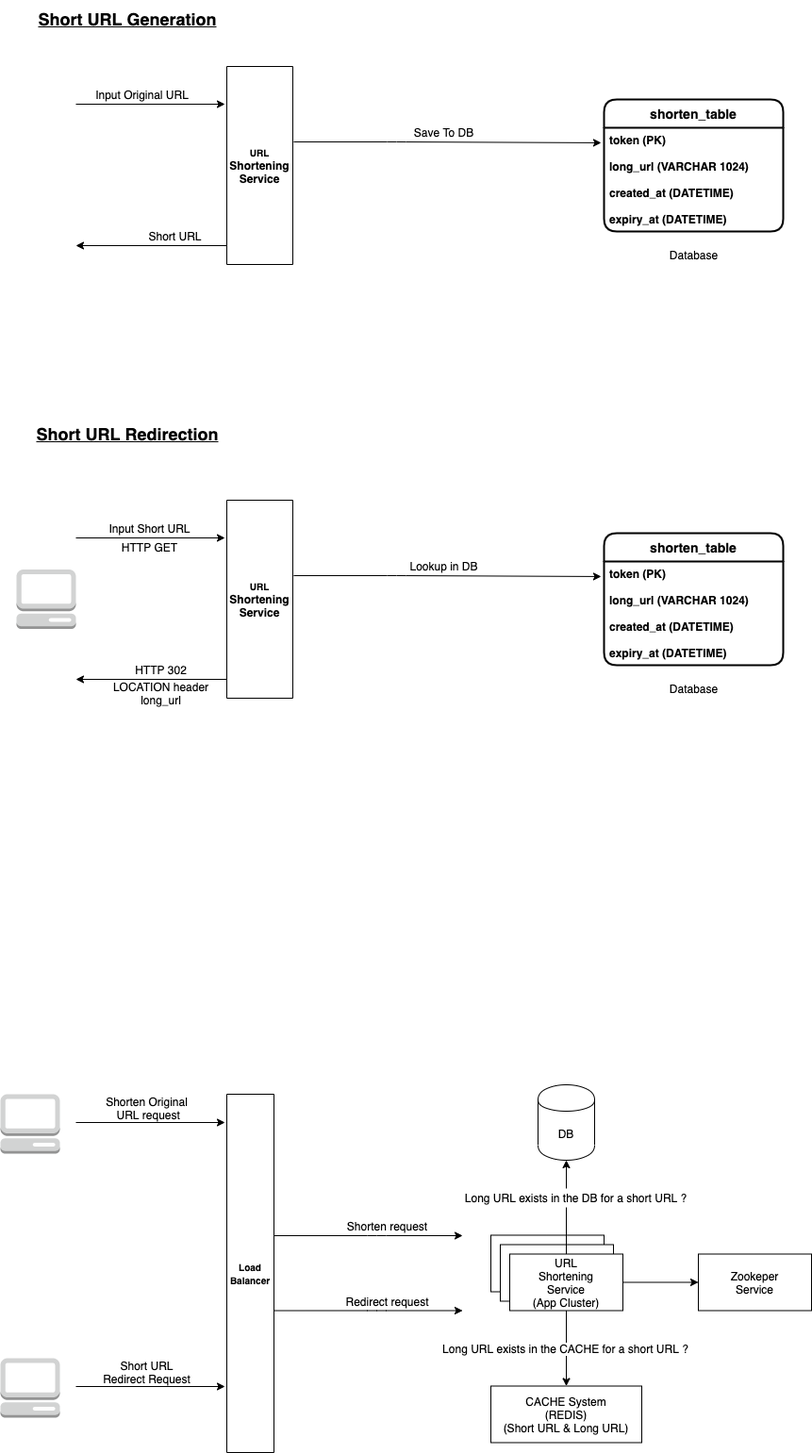
This is HLD-101.png from HarshMalve/Designs-HLD-LLD, a draw.io export, as it was before one commit. Source tidied: cells renumbered, new cells last; positions are measured from the earlier drawing's top-left corner, leaving out a move shared by most shapes.
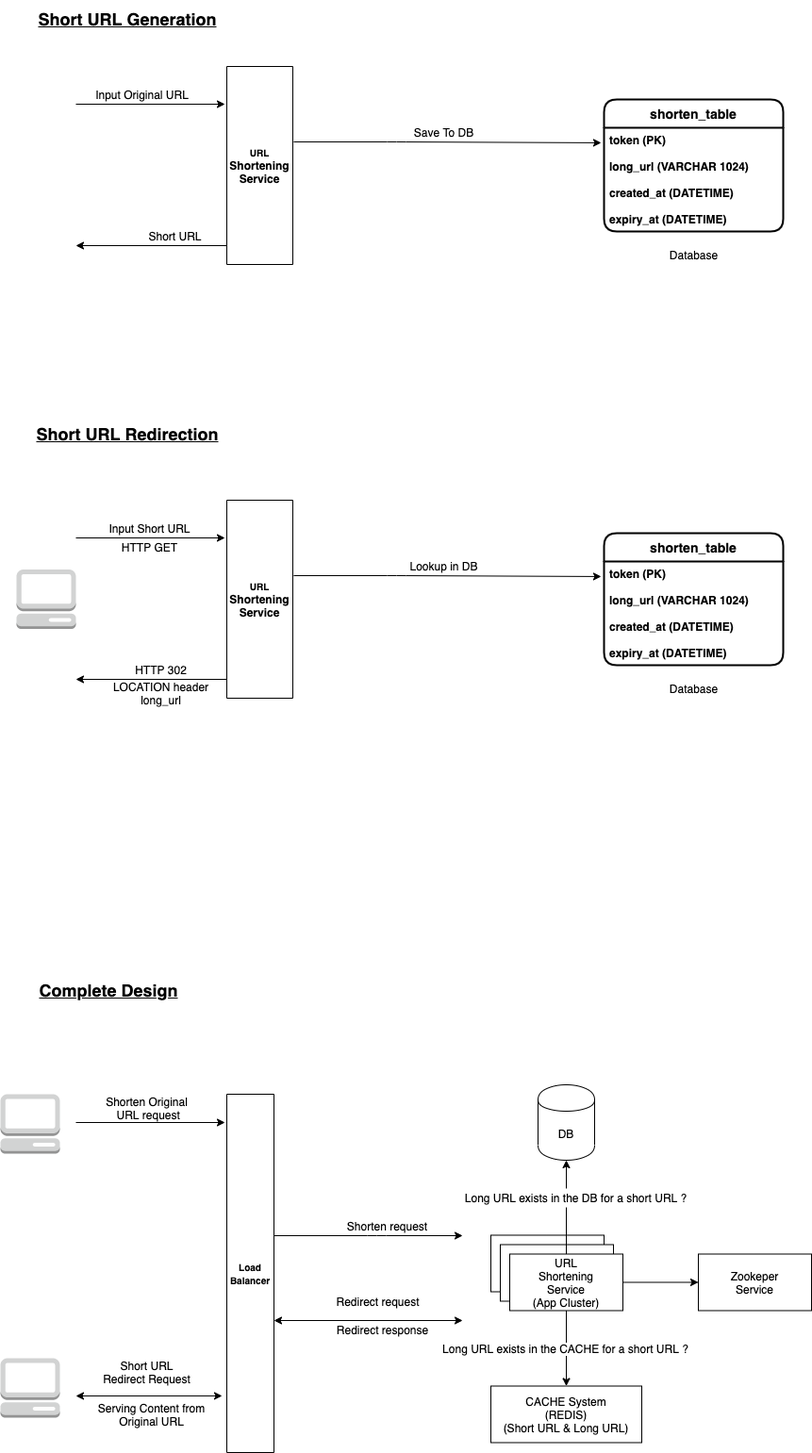
The same diagram one commit later.

Diff of the diagram source:
```diff
@@ -124,24 +124,9 @@
     <mxCell id="32" value="&lt;font size=&quot;1&quot;&gt;&lt;b&gt;Load&lt;br&gt;&lt;/b&gt;&lt;/font&gt;&lt;b&gt;&lt;font style=&quot;font-size: 10px&quot;&gt;Balancer&lt;/font&gt;&lt;/b&gt;" style="rounded=0;whiteSpace=wrap;html=1;direction=south;" parent="1" vertex="1">
       <mxGeometry x="240" y="1160" width="50" height="380" as="geometry" />
     </mxCell>
-    <mxCell id="33" style="endArrow=classic;html=1;exitX=0.381;exitY=-0.014;exitDx=0;exitDy=0;exitPerimeter=0;" parent="1" edge="1">
-      <mxGeometry relative="1" as="geometry">
-        <mxPoint x="290" y="1389.5" as="sourcePoint" />
-        <mxPoint x="490" y="1389.5" as="targetPoint" />
-        <Array as="points">
-          <mxPoint x="399" y="1389.5" />
-        </Array>
-      </mxGeometry>
-    </mxCell>
     <mxCell id="34" value="Redirect request" style="text;html=1;align=center;verticalAlign=middle;strokeColor=none;" parent="1" vertex="1">
-      <mxGeometry x="360" y="1369.5" width="100" height="20" as="geometry" />
+      <mxGeometry x="350" y="1369.5" width="100" height="20" as="geometry" />
     </mxCell>
-    <mxCell id="35" style="endArrow=classic;html=1;" parent="1" edge="1">
-      <mxGeometry relative="1" as="geometry">
-        <mxPoint x="80" y="1470" as="sourcePoint" />
-        <mxPoint x="238" y="1470" as="targetPoint" />
-      </mxGeometry>
-    </mxCell>
     <mxCell id="36" value="Short URL&lt;br&gt;Redirect Request" style="text;html=1;align=center;verticalAlign=middle;strokeColor=none;" parent="1" vertex="1">
       <mxGeometry x="100" y="1440" width="110" height="30" as="geometry" />
     </mxCell>
@@ -181,5 +166,25 @@
     <mxCell id="48" style="dashed=0;verticalLabelPosition=bottom;verticalAlign=top;align=center;html=1;shape=mxgraph.aws3.management_console;fillColor=#D2D3D3;gradientColor=none;" parent="1" vertex="1">
       <mxGeometry y="1160" width="63" height="63" as="geometry" />
     </mxCell>
+    <mxCell id="49" value="&lt;b&gt;&lt;font style=&quot;font-size: 18px&quot;&gt;&lt;u&gt;Complete Design&lt;/u&gt;&lt;/font&gt;&lt;/b&gt;" style="text;html=1;strokeColor=none;fillColor=none;align=center;verticalAlign=middle;whiteSpace=wrap;rounded=0;" parent="1" vertex="1">
+      <mxGeometry x="10" y="1030" width="210" height="40" as="geometry" />
+    </mxCell>
+    <mxCell id="50" style="endArrow=classic;startArrow=classic;html=1;" parent="1" edge="1">
+      <mxGeometry relative="1" as="geometry">
+        <mxPoint x="290" y="1400" as="sourcePoint" />
+        <mxPoint x="490" y="1400" as="targetPoint" />
+      </mxGeometry>
+    </mxCell>
+    <mxCell id="51" value="Redirect response" style="text;html=1;align=center;verticalAlign=middle;strokeColor=none;" parent="1" vertex="1">
+      <mxGeometry x="350" y="1400" width="110" height="20" as="geometry" />
+    </mxCell>
+    <mxCell id="52" style="endArrow=classic;startArrow=classic;html=1;strokeColor=#000000;entryX=0.842;entryY=1.1;entryDx=0;entryDy=0;entryPerimeter=0;" parent="1" edge="1" target="32">
+      <mxGeometry relative="1" as="geometry">
+        <mxPoint x="80" y="1480" as="sourcePoint" />
+      </mxGeometry>
+    </mxCell>
+    <mxCell id="53" value="Serving Content from&lt;br&gt;Original URL" style="text;html=1;align=center;verticalAlign=middle;strokeColor=none;" parent="1" vertex="1">
+      <mxGeometry x="95" y="1484.5" width="130" height="30" as="geometry" />
+    </mxCell>
   </root>
 </mxGraphModel>
```
